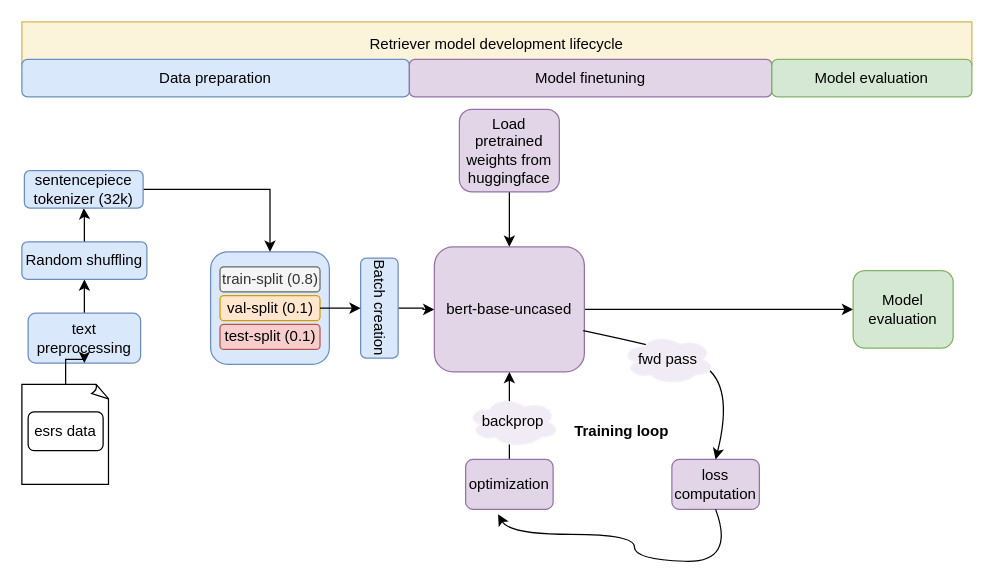
This is page "Page-1" (1 of 5) of Untitled Diagram.drawio from prabhupad26/100daysofML, a draw.io file, before an edit. Source tidied: cells renumbered, new cells numbered last; positions are measured from the earlier drawing's top-left corner, leaving out a move shared by most shapes. Both pictures are drawn from the tidied source at 125%, with x=0, y=0 at pixel (21, 21).
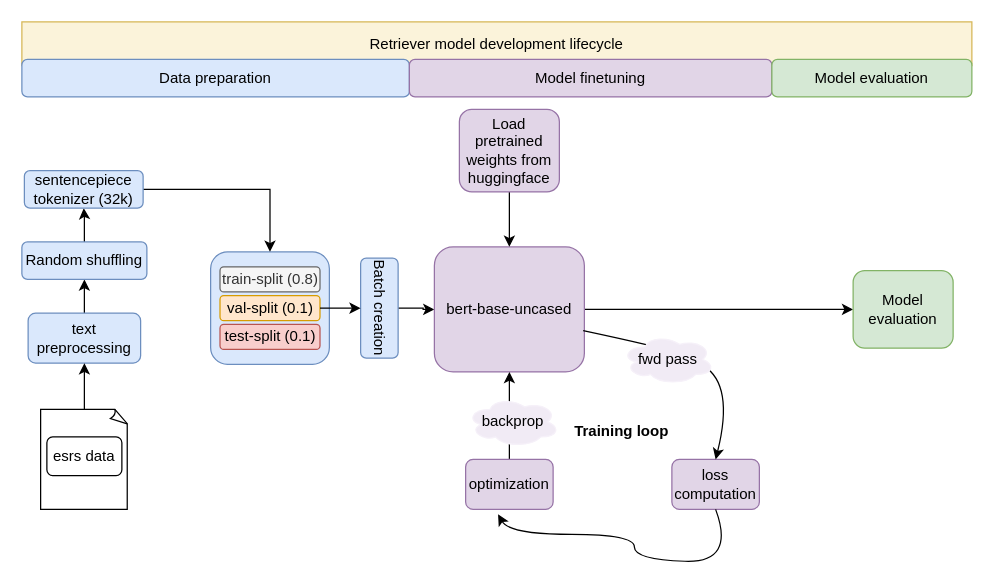
The same diagram, later.

Diff of the diagram source:
```diff
@@
+    <mxCell id="36" style="group;" parent="1" vertex="1">
+      <mxGeometry x="15" y="310" width="70" height="80" as="geometry" />
+    </mxCell>
-    <mxCell id="34" style="whiteSpace=wrap;html=1;shape=mxgraph.basic.document;" parent="1" vertex="1">
-      <mxGeometry y="290" width="70" height="80" as="geometry" />
+    <mxCell id="34" style="whiteSpace=wrap;html=1;shape=mxgraph.basic.document;" parent="36" vertex="1">
+      <mxGeometry width="70" height="80" as="geometry" />
     </mxCell>
-    <mxCell id="35" value="esrs data" style="rounded=1;whiteSpace=wrap;html=1;" parent="1" vertex="1">
-      <mxGeometry x="5" y="312" width="60" height="31" as="geometry" />
+    <mxCell id="35" value="esrs data" style="rounded=1;whiteSpace=wrap;html=1;" parent="36" vertex="1">
+      <mxGeometry x="5" y="22" width="60" height="31" as="geometry" />
     </mxCell>
```
